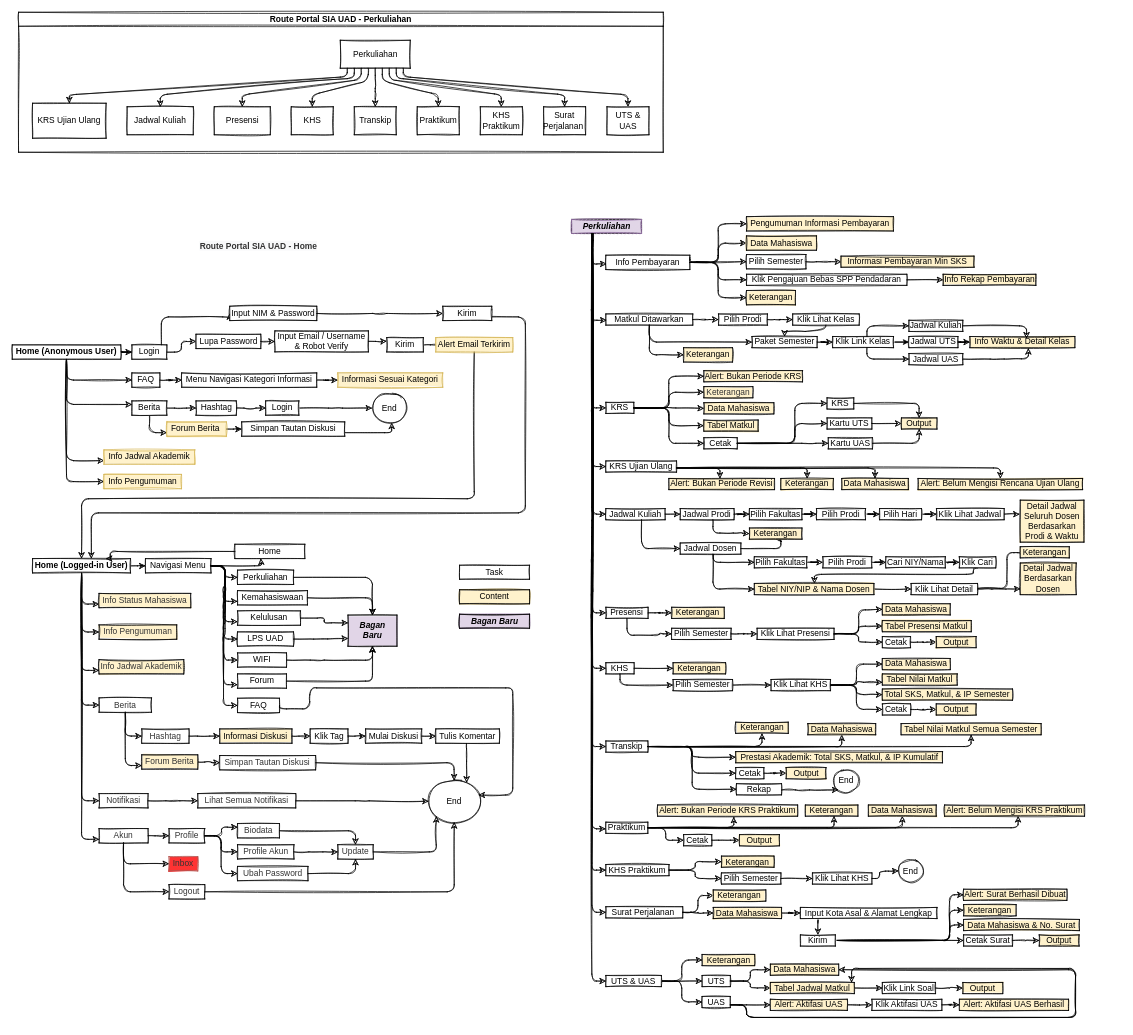
Earlier version of the draw.io diagram Web Sitemap Portal SIA.drawio (widiyasasih/portalsiauad). Source tidied: cells renumbered, new cells numbered last; positions are measured from the earlier drawing's top-left corner, leaving out a move shared by most shapes. Both pictures are drawn from the tidied source at 70%, with x=0, y=0 at pixel (12, 12).
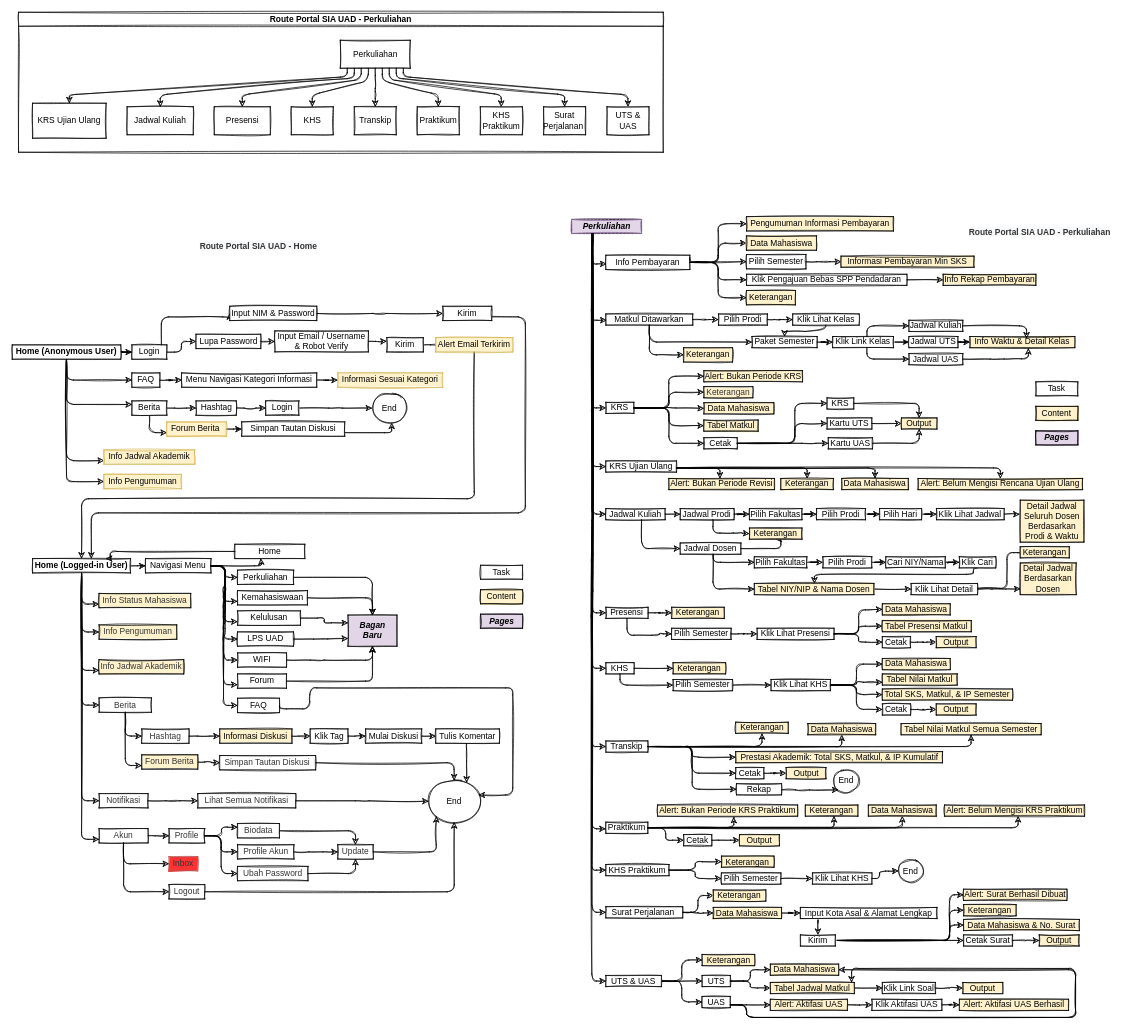
After the change.

Commit message:
Update Web Sitemap - Finish Perkuliahan

Change to the diagram source:
```diff
@@
-    <mxCell id="199" style="group;shadow=0;jiggle=1;sketch=1;" parent="1" vertex="1">
-      <mxGeometry x="639" y="790" width="100" height="20" as="geometry" />
-    </mxCell>
-    <mxCell id="200" style="whiteSpace=wrap;html=1;jiggle=1;sketch=1;" parent="199" vertex="1">
-      <mxGeometry width="100" height="20" as="geometry" />
-    </mxCell>
-    <mxCell id="201" value="Task" style="text;html=1;align=center;verticalAlign=middle;whiteSpace=wrap;jiggle=1;sketch=1;" parent="199" vertex="1">
-      <mxGeometry x="25" width="50" height="20" as="geometry" />
-    </mxCell>
-    <mxCell id="202" style="group;jiggle=1;sketch=1;fillColor=#fff2cc;strokeColor=#d6b656;" parent="1" vertex="1">
-      <mxGeometry x="639" y="825" width="100" height="20" as="geometry" />
-    </mxCell>
-    <mxCell id="203" style="whiteSpace=wrap;html=1;fillStyle=solid;jiggle=1;sketch=1;fillColor=#fff2cc;strokeColor=#000000;" parent="202" vertex="1">
-      <mxGeometry width="100" height="20" as="geometry" />
-    </mxCell>
-    <mxCell id="204" value="Content" style="text;html=1;strokeColor=none;fillColor=none;align=center;verticalAlign=middle;whiteSpace=wrap;jiggle=1;sketch=1;" parent="202" vertex="1">
-      <mxGeometry x="25" width="50" height="20" as="geometry" />
-    </mxCell>
-    <mxCell id="205" style="group;jiggle=1;sketch=1;fillColor=#e1d5e7;strokeColor=#9673a6;" parent="1" vertex="1">
-      <mxGeometry x="639" y="860" width="100" height="20" as="geometry" />
-    </mxCell>
-    <mxCell id="206" style="whiteSpace=wrap;html=1;fillStyle=solid;jiggle=1;sketch=1;fillColor=#e1d5e7;strokeColor=#000000;" parent="205" vertex="1">
-      <mxGeometry width="100" height="20" as="geometry" />
-    </mxCell>
-    <mxCell id="207" value="&lt;i&gt;&lt;b&gt;Bagan Baru&lt;/b&gt;&lt;/i&gt;" style="text;html=1;strokeColor=none;fillColor=none;align=center;verticalAlign=middle;whiteSpace=wrap;jiggle=1;sketch=1;" parent="205" vertex="1">
-      <mxGeometry x="12.5" width="75" height="20" as="geometry" />
-    </mxCell>
@@
+    <mxCell id="380" value="&lt;span style=&quot;color: rgb(51, 51, 51); font-family: Helvetica; font-size: 12px; font-style: normal; font-variant-ligatures: normal; font-variant-caps: normal; font-weight: 700; letter-spacing: normal; orphans: 2; text-indent: 0px; text-transform: none; widows: 2; word-spacing: 0px; -webkit-text-stroke-width: 0px; background-color: rgb(248, 249, 250); text-decoration-thickness: initial; text-decoration-style: initial; text-decoration-color: initial; float: none; display: inline !important;&quot;&gt;Route Portal SIA UAD - Perkuliahan&lt;/span&gt;" style="text;whiteSpace=wrap;html=1;fontSize=12;fontFamily=Helvetica;align=center;sketch=1;" parent="1" vertex="1">
+      <mxGeometry x="1353.1" y="300" width="230" height="30" as="geometry" />
+    </mxCell>
+    <mxCell id="381" style="group;" parent="1" vertex="1">
+      <mxGeometry x="1462.3" y="528" width="60" height="90" as="geometry" />
+    </mxCell>
+    <mxCell id="382" style="group;shadow=0;jiggle=1;sketch=1;" parent="381" vertex="1">
+      <mxGeometry width="60" height="20" as="geometry" />
+    </mxCell>
+    <mxCell id="383" style="whiteSpace=wrap;html=1;jiggle=1;sketch=1;" parent="382" vertex="1">
+      <mxGeometry width="60" height="20" as="geometry" />
+    </mxCell>
+    <mxCell id="384" value="Task" style="text;html=1;align=center;verticalAlign=middle;whiteSpace=wrap;jiggle=1;sketch=1;" parent="382" vertex="1">
+      <mxGeometry x="15" width="30" height="20" as="geometry" />
+    </mxCell>
+    <mxCell id="385" style="group;jiggle=1;sketch=1;fillColor=#fff2cc;strokeColor=#d6b656;" parent="381" vertex="1">
+      <mxGeometry y="35" width="60" height="20" as="geometry" />
+    </mxCell>
+    <mxCell id="386" style="whiteSpace=wrap;html=1;fillStyle=solid;jiggle=1;sketch=1;fillColor=#fff2cc;strokeColor=#000000;" parent="385" vertex="1">
+      <mxGeometry width="60" height="20" as="geometry" />
+    </mxCell>
+    <mxCell id="387" value="Content" style="text;html=1;strokeColor=none;fillColor=none;align=center;verticalAlign=middle;whiteSpace=wrap;jiggle=1;sketch=1;" parent="385" vertex="1">
+      <mxGeometry x="15" width="30" height="20" as="geometry" />
+    </mxCell>
+    <mxCell id="388" style="group;jiggle=1;sketch=1;fillColor=#e1d5e7;strokeColor=#9673a6;" parent="381" vertex="1">
+      <mxGeometry y="70" width="60" height="20" as="geometry" />
+    </mxCell>
+    <mxCell id="389" style="whiteSpace=wrap;html=1;fillStyle=solid;jiggle=1;sketch=1;fillColor=#e1d5e7;strokeColor=#000000;" parent="388" vertex="1">
+      <mxGeometry width="60" height="20" as="geometry" />
+    </mxCell>
+    <mxCell id="390" value="&lt;i&gt;&lt;b&gt;Pages&lt;/b&gt;&lt;/i&gt;" style="text;html=1;strokeColor=none;fillColor=none;align=center;verticalAlign=middle;whiteSpace=wrap;jiggle=1;sketch=1;" parent="388" vertex="1">
+      <mxGeometry x="7.5" width="45" height="20" as="geometry" />
+    </mxCell>
+    <mxCell id="391" style="group;" parent="1" vertex="1">
+      <mxGeometry x="669" y="790" width="60" height="90" as="geometry" />
+    </mxCell>
+    <mxCell id="392" style="group;shadow=0;jiggle=1;sketch=1;" parent="391" vertex="1">
+      <mxGeometry width="60" height="20" as="geometry" />
+    </mxCell>
+    <mxCell id="393" style="whiteSpace=wrap;html=1;jiggle=1;sketch=1;" parent="392" vertex="1">
+      <mxGeometry width="60" height="20" as="geometry" />
+    </mxCell>
+    <mxCell id="394" value="Task" style="text;html=1;align=center;verticalAlign=middle;whiteSpace=wrap;jiggle=1;sketch=1;" parent="392" vertex="1">
+      <mxGeometry x="15" width="30" height="20" as="geometry" />
+    </mxCell>
+    <mxCell id="395" style="group;jiggle=1;sketch=1;fillColor=#fff2cc;strokeColor=#d6b656;" parent="391" vertex="1">
+      <mxGeometry y="35" width="60" height="20" as="geometry" />
+    </mxCell>
+    <mxCell id="396" style="whiteSpace=wrap;html=1;fillStyle=solid;jiggle=1;sketch=1;fillColor=#fff2cc;strokeColor=#000000;" parent="395" vertex="1">
+      <mxGeometry width="60" height="20" as="geometry" />
+    </mxCell>
+    <mxCell id="397" value="Content" style="text;html=1;strokeColor=none;fillColor=none;align=center;verticalAlign=middle;whiteSpace=wrap;jiggle=1;sketch=1;" parent="395" vertex="1">
+      <mxGeometry x="15" width="30" height="20" as="geometry" />
+    </mxCell>
+    <mxCell id="398" style="group;jiggle=1;sketch=1;fillColor=#e1d5e7;strokeColor=#9673a6;" parent="391" vertex="1">
+      <mxGeometry y="70" width="60" height="20" as="geometry" />
+    </mxCell>
+    <mxCell id="399" style="whiteSpace=wrap;html=1;fillStyle=solid;jiggle=1;sketch=1;fillColor=#e1d5e7;strokeColor=#000000;" parent="398" vertex="1">
+      <mxGeometry width="60" height="20" as="geometry" />
+    </mxCell>
+    <mxCell id="400" value="&lt;i&gt;&lt;b&gt;Pages&lt;/b&gt;&lt;/i&gt;" style="text;html=1;strokeColor=none;fillColor=none;align=center;verticalAlign=middle;whiteSpace=wrap;jiggle=1;sketch=1;" parent="398" vertex="1">
+      <mxGeometry x="7.5" width="45" height="20" as="geometry" />
+    </mxCell>
```
